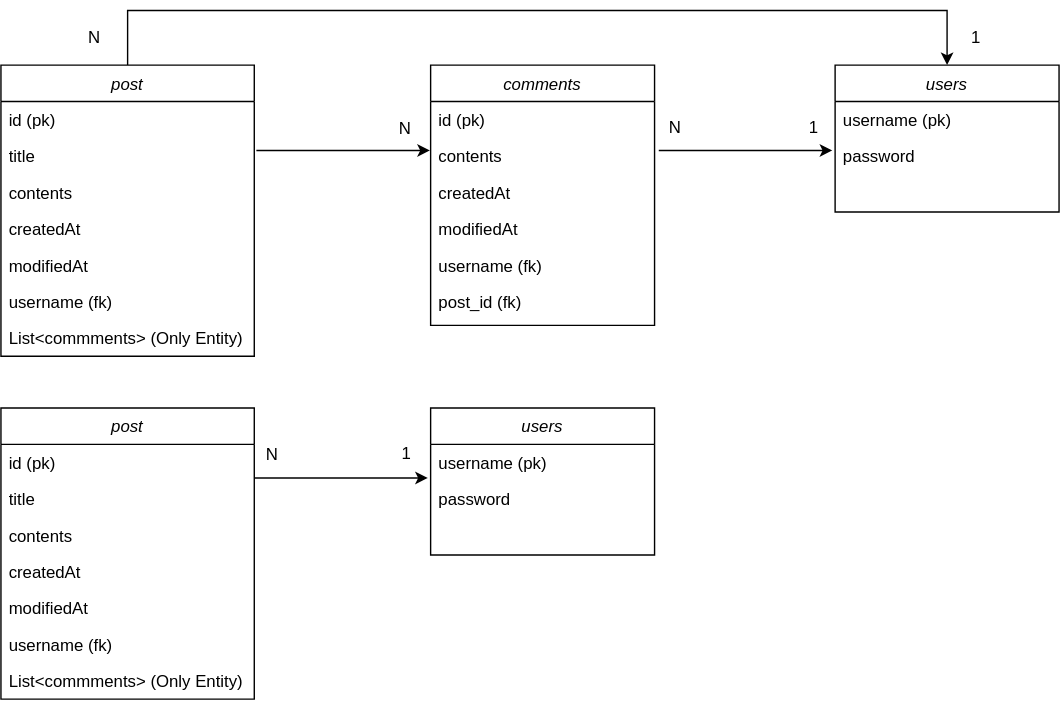
The draw.io diagram Entity Relationship Diagram.drawio.svg in Chaeyounglim/myBlog, before a commit. Source tidied: cells renumbered, new cells last; positions are measured from the earlier drawing's top-left corner, leaving out a move shared by most shapes.
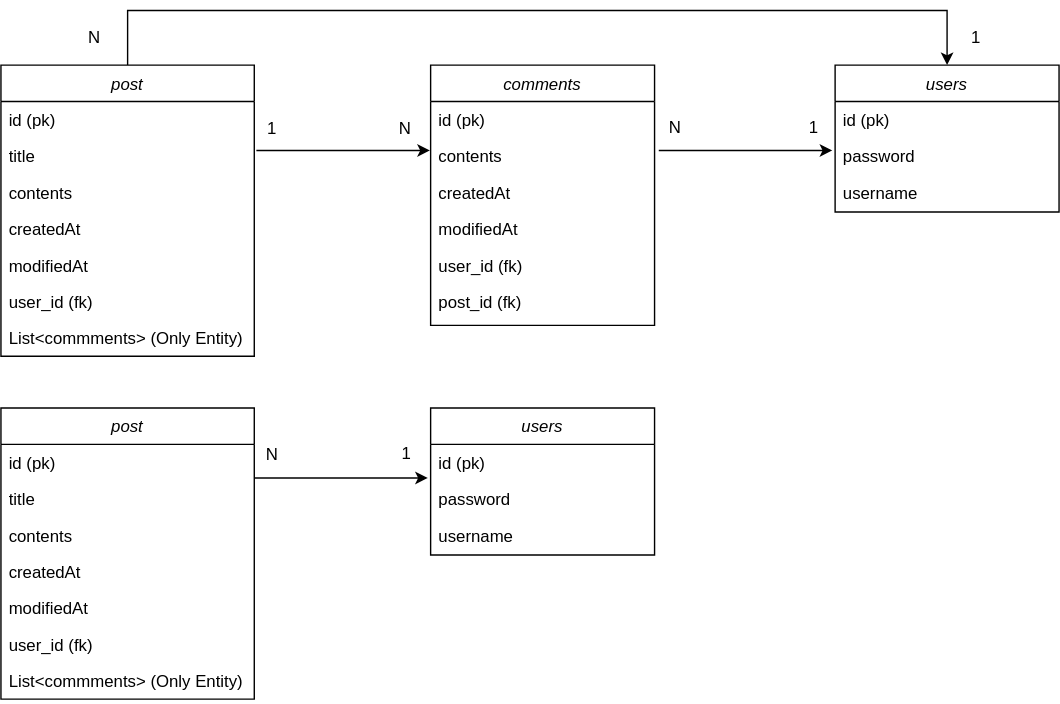
After the commit.

Commit message:
docs : Entity Relationship Diagram. Version 3.0, update uset table PK

The edit, as a diff of the source:
```diff
@@ -28,7 +28,7 @@
     <mxCell id="8" value="modifiedAt " style="text;align=left;verticalAlign=top;spacingLeft=4;spacingRight=4;overflow=hidden;rounded=0;shadow=0;html=0;" parent="4" vertex="1">
       <mxGeometry y="104" width="160" height="26" as="geometry" />
     </mxCell>
-    <mxCell id="9" value="username (fk)" style="text;align=left;verticalAlign=top;spacingLeft=4;spacingRight=4;overflow=hidden;rounded=0;shadow=0;html=0;" parent="4" vertex="1">
+    <mxCell id="9" value="user_id (fk)" style="text;align=left;verticalAlign=top;spacingLeft=4;spacingRight=4;overflow=hidden;rounded=0;shadow=0;html=0;" parent="4" vertex="1">
       <mxGeometry y="130" width="160" height="26" as="geometry" />
     </mxCell>
     <mxCell id="10" value="post_id (fk)" style="text;align=left;verticalAlign=top;spacingLeft=4;spacingRight=4;overflow=hidden;rounded=0;shadow=0;html=0;" parent="4" vertex="1">
@@ -37,12 +37,15 @@
     <mxCell id="11" value="users" style="swimlane;fontStyle=2;align=center;verticalAlign=top;horizontal=1;startSize=26;rounded=0;shadow=0;strokeWidth=1;" parent="1" vertex="1">
       <mxGeometry x="596" y="39" width="160" height="105" as="geometry" />
     </mxCell>
-    <mxCell id="12" value="username (pk)" style="text;align=left;verticalAlign=top;spacingLeft=4;spacingRight=4;overflow=hidden;rounded=0;shadow=0;html=0;" parent="11" vertex="1">
+    <mxCell id="12" value="id (pk)" style="text;align=left;verticalAlign=top;spacingLeft=4;spacingRight=4;overflow=hidden;rounded=0;shadow=0;html=0;" parent="11" vertex="1">
       <mxGeometry y="26" width="160" height="26" as="geometry" />
     </mxCell>
     <mxCell id="13" value="password" style="text;align=left;verticalAlign=top;spacingLeft=4;spacingRight=4;overflow=hidden;rounded=0;shadow=0;html=0;" parent="11" vertex="1">
       <mxGeometry y="52" width="160" height="26" as="geometry" />
     </mxCell>
+    <mxCell id="42" value="username " style="text;align=left;verticalAlign=top;spacingLeft=4;spacingRight=4;overflow=hidden;rounded=0;shadow=0;html=0;" parent="11" vertex="1">
+      <mxGeometry y="78" width="160" height="26" as="geometry" />
+    </mxCell>
     <mxCell id="14" value="post" style="swimlane;fontStyle=2;align=center;verticalAlign=top;horizontal=1;startSize=26;rounded=0;shadow=0;strokeWidth=1;" parent="1" vertex="1">
       <mxGeometry y="39" width="181" height="208" as="geometry" />
     </mxCell>
@@ -61,7 +64,7 @@
     <mxCell id="19" value="modifiedAt " style="text;align=left;verticalAlign=top;spacingLeft=4;spacingRight=4;overflow=hidden;rounded=0;shadow=0;html=0;" parent="14" vertex="1">
       <mxGeometry y="130" width="181" height="26" as="geometry" />
     </mxCell>
-    <mxCell id="20" value="username (fk)" style="text;align=left;verticalAlign=top;spacingLeft=4;spacingRight=4;overflow=hidden;rounded=0;shadow=0;html=0;" parent="14" vertex="1">
+    <mxCell id="20" value="user_id (fk)" style="text;align=left;verticalAlign=top;spacingLeft=4;spacingRight=4;overflow=hidden;rounded=0;shadow=0;html=0;" parent="14" vertex="1">
       <mxGeometry y="156" width="181" height="26" as="geometry" />
     </mxCell>
     <mxCell id="21" value="List&lt;commments&gt; (Only Entity)" style="text;align=left;verticalAlign=top;spacingLeft=4;spacingRight=4;overflow=hidden;rounded=0;shadow=0;html=0;" parent="14" vertex="1">
@@ -112,7 +115,7 @@
     <mxCell id="34" value="modifiedAt " style="text;align=left;verticalAlign=top;spacingLeft=4;spacingRight=4;overflow=hidden;rounded=0;shadow=0;html=0;" parent="29" vertex="1">
       <mxGeometry y="130" width="181" height="26" as="geometry" />
     </mxCell>
-    <mxCell id="35" value="username (fk)" style="text;align=left;verticalAlign=top;spacingLeft=4;spacingRight=4;overflow=hidden;rounded=0;shadow=0;html=0;" parent="29" vertex="1">
+    <mxCell id="35" value="user_id (fk)" style="text;align=left;verticalAlign=top;spacingLeft=4;spacingRight=4;overflow=hidden;rounded=0;shadow=0;html=0;" parent="29" vertex="1">
       <mxGeometry y="156" width="181" height="26" as="geometry" />
     </mxCell>
     <mxCell id="36" value="List&lt;commments&gt; (Only Entity)" style="text;align=left;verticalAlign=top;spacingLeft=4;spacingRight=4;overflow=hidden;rounded=0;shadow=0;html=0;" parent="29" vertex="1">
@@ -121,12 +124,15 @@
     <mxCell id="37" value="users" style="swimlane;fontStyle=2;align=center;verticalAlign=top;horizontal=1;startSize=26;rounded=0;shadow=0;strokeWidth=1;" parent="1" vertex="1">
       <mxGeometry x="307" y="284" width="160" height="105" as="geometry" />
     </mxCell>
-    <mxCell id="38" value="username (pk)" style="text;align=left;verticalAlign=top;spacingLeft=4;spacingRight=4;overflow=hidden;rounded=0;shadow=0;html=0;" parent="37" vertex="1">
+    <mxCell id="38" value="id (pk)" style="text;align=left;verticalAlign=top;spacingLeft=4;spacingRight=4;overflow=hidden;rounded=0;shadow=0;html=0;" parent="37" vertex="1">
       <mxGeometry y="26" width="160" height="26" as="geometry" />
     </mxCell>
     <mxCell id="39" value="password" style="text;align=left;verticalAlign=top;spacingLeft=4;spacingRight=4;overflow=hidden;rounded=0;shadow=0;html=0;" parent="37" vertex="1">
       <mxGeometry y="52" width="160" height="26" as="geometry" />
     </mxCell>
+    <mxCell id="43" value="username " style="text;align=left;verticalAlign=top;spacingLeft=4;spacingRight=4;overflow=hidden;rounded=0;shadow=0;html=0;" parent="37" vertex="1">
+      <mxGeometry y="78" width="160" height="26" as="geometry" />
+    </mxCell>
     <mxCell id="40" style="edgeStyle=orthogonalEdgeStyle;rounded=0;orthogonalLoop=1;jettySize=auto;html=1;startArrow=none;startFill=0;" parent="1" edge="1">
       <mxGeometry relative="1" as="geometry">
         <mxPoint x="181" y="334" as="sourcePoint" />
@@ -136,5 +142,8 @@
     <mxCell id="41" value="N" style="text;html=1;strokeColor=none;fillColor=none;align=center;verticalAlign=middle;whiteSpace=wrap;rounded=0;" parent="1" vertex="1">
       <mxGeometry x="164" y="303" width="60" height="30" as="geometry" />
     </mxCell>
+    <mxCell id="44" value="1" style="text;html=1;strokeColor=none;fillColor=none;align=center;verticalAlign=middle;whiteSpace=wrap;rounded=0;" parent="1" vertex="1">
+      <mxGeometry x="164" y="70" width="60" height="30" as="geometry" />
+    </mxCell>
   </root>
 </mxGraphModel>
```
